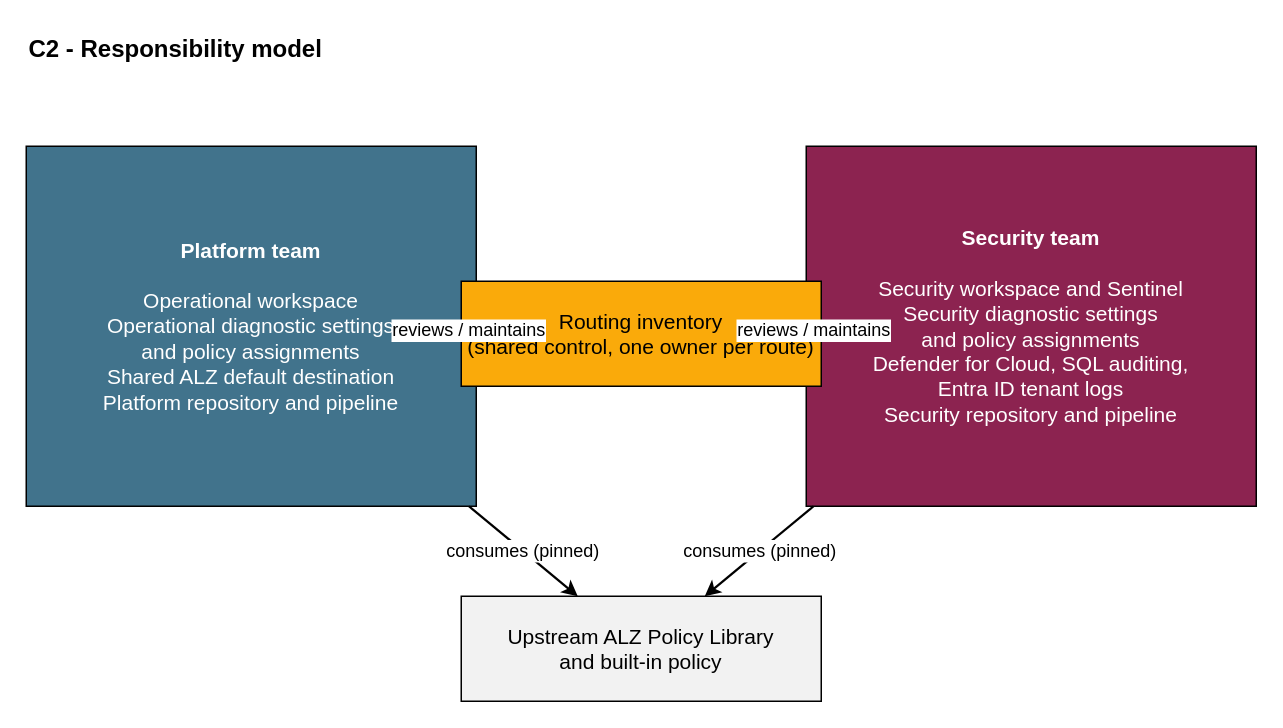
Before: design/diagrams/C2-responsibility-model.drawio in NikolaiKleppe/alz-diagnostic-log-design, a draw.io diagram. Source tidied: cells renumbered, new cells numbered last; positions are measured from the earlier drawing's top-left corner, leaving out a move shared by most shapes. Both pictures are drawn from the tidied source at 150%, with x=0, y=0 at pixel (26, 26).
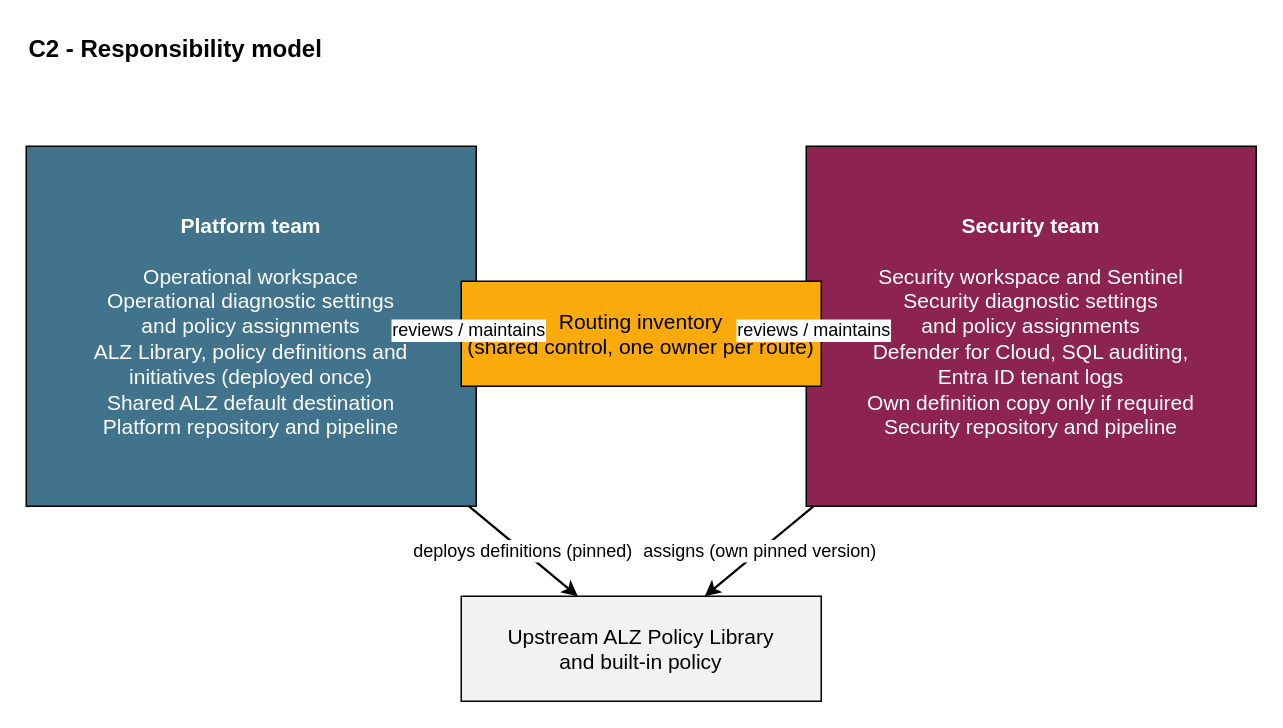
Above is the later version.

Commit message (it also covers changes not shown here):
feat(docs): clarify ownership and deployment of ALZ Library (#3)

The edit, as a diff of the source:
```diff
@@
 <mxGraphModel background="#FFFFFF">
   <root>
     <mxCell id="0" />
     <mxCell id="1" parent="0" />
     <mxCell id="2" value="C2 - Responsibility model" style="text;html=1;align=left;verticalAlign=middle;fontFamily=Calibri;fontSize=16;fontStyle=1;fontColor=#000000;" parent="1" vertex="1">
       <mxGeometry width="800" height="30" as="geometry" />
     </mxCell>
-    <mxCell id="3" value="&lt;b&gt;Platform team&lt;/b&gt;&lt;br&gt;&lt;br&gt;Operational workspace&lt;br&gt;Operational diagnostic settings&lt;br&gt;and policy assignments&lt;br&gt;Shared ALZ default destination&lt;br&gt;Platform repository and pipeline" style="rounded=0;whiteSpace=wrap;html=1;fillColor=#41738C;strokeColor=#000000;fontColor=#FFFFFF;fontFamily=Calibri;fontSize=14;" parent="1" vertex="1">
+    <mxCell id="3" value="&lt;b&gt;Platform team&lt;/b&gt;&lt;br&gt;&lt;br&gt;Operational workspace&lt;br&gt;Operational diagnostic settings&lt;br&gt;and policy assignments&lt;br&gt;ALZ Library, policy definitions and&lt;br&gt;initiatives (deployed once)&lt;br&gt;Shared ALZ default destination&lt;br&gt;Platform repository and pipeline" style="rounded=0;whiteSpace=wrap;html=1;fillColor=#41738C;strokeColor=#000000;fontColor=#FFFFFF;fontFamily=Calibri;fontSize=14;" parent="1" vertex="1">
       <mxGeometry y="80" width="300" height="240" as="geometry" />
     </mxCell>
-    <mxCell id="4" value="&lt;b&gt;Security team&lt;/b&gt;&lt;br&gt;&lt;br&gt;Security workspace and Sentinel&lt;br&gt;Security diagnostic settings&lt;br&gt;and policy assignments&lt;br&gt;Defender for Cloud, SQL auditing,&lt;br&gt;Entra ID tenant logs&lt;br&gt;Security repository and pipeline" style="rounded=0;whiteSpace=wrap;html=1;fillColor=#8C2350;strokeColor=#000000;fontColor=#FFFFFF;fontFamily=Calibri;fontSize=14;" parent="1" vertex="1">
+    <mxCell id="4" value="&lt;b&gt;Security team&lt;/b&gt;&lt;br&gt;&lt;br&gt;Security workspace and Sentinel&lt;br&gt;Security diagnostic settings&lt;br&gt;and policy assignments&lt;br&gt;Defender for Cloud, SQL auditing,&lt;br&gt;Entra ID tenant logs&lt;br&gt;Own definition copy only if required&lt;br&gt;Security repository and pipeline" style="rounded=0;whiteSpace=wrap;html=1;fillColor=#8C2350;strokeColor=#000000;fontColor=#FFFFFF;fontFamily=Calibri;fontSize=14;" parent="1" vertex="1">
       <mxGeometry x="520" y="80" width="300" height="240" as="geometry" />
     </mxCell>
     <mxCell id="5" value="Upstream ALZ Policy Library&#10;and built-in policy" style="rounded=0;whiteSpace=wrap;html=1;fillColor=#F2F2F2;strokeColor=#000000;fontFamily=Calibri;fontSize=14;" parent="1" vertex="1">
       <mxGeometry x="290" y="380" width="240" height="70" as="geometry" />
     </mxCell>
     <mxCell id="6" value="Routing inventory&#10;(shared control, one owner per route)" style="rounded=0;whiteSpace=wrap;html=1;fillColor=#FAAA0A;strokeColor=#000000;fontFamily=Calibri;fontSize=14;" parent="1" vertex="1">
       <mxGeometry x="290" y="170" width="240" height="70" as="geometry" />
     </mxCell>
     <mxCell id="7" value="reviews / maintains" style="endArrow=classic;startArrow=classic;html=1;strokeColor=#000000;strokeWidth=1.5;fontFamily=Calibri;fontSize=12;" parent="1" edge="1" source="3" target="6">
       <mxGeometry relative="1" as="geometry" />
     </mxCell>
     <mxCell id="8" value="reviews / maintains" style="endArrow=classic;startArrow=classic;html=1;strokeColor=#000000;strokeWidth=1.5;fontFamily=Calibri;fontSize=12;" parent="1" edge="1" source="4" target="6">
       <mxGeometry relative="1" as="geometry" />
     </mxCell>
-    <mxCell id="9" value="consumes (pinned)" style="endArrow=classic;html=1;strokeColor=#000000;strokeWidth=1.5;fontFamily=Calibri;fontSize=12;" parent="1" edge="1" source="3" target="5">
+    <mxCell id="9" value="deploys definitions (pinned)" style="endArrow=classic;html=1;strokeColor=#000000;strokeWidth=1.5;fontFamily=Calibri;fontSize=12;" parent="1" edge="1" source="3" target="5">
       <mxGeometry relative="1" as="geometry" />
     </mxCell>
-    <mxCell id="10" value="consumes (pinned)" style="endArrow=classic;html=1;strokeColor=#000000;strokeWidth=1.5;fontFamily=Calibri;fontSize=12;" parent="1" edge="1" source="4" target="5">
+    <mxCell id="10" value="assigns (own pinned version)" style="endArrow=classic;html=1;strokeColor=#000000;strokeWidth=1.5;fontFamily=Calibri;fontSize=12;" parent="1" edge="1" source="4" target="5">
       <mxGeometry relative="1" as="geometry" />
     </mxCell>
   </root>
 </mxGraphModel>
```
